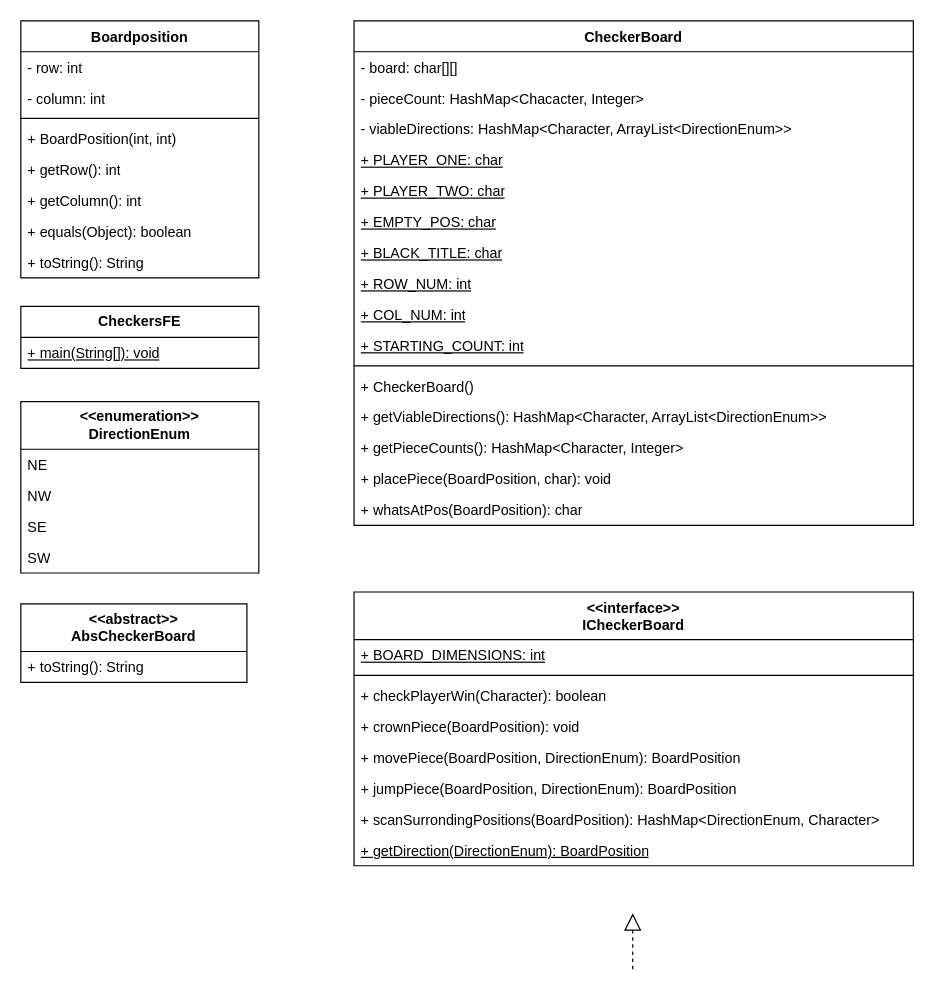
This is CheckersUML.drawio from ksurisetty11/checkers-project, a draw.io file, before an edit. Source tidied: cells renumbered, new cells numbered last; positions are measured from the earlier drawing's top-left corner, leaving out a move shared by most shapes. Both pictures are drawn from the tidied source at 119%, with x=0, y=0 at pixel (20, 20).
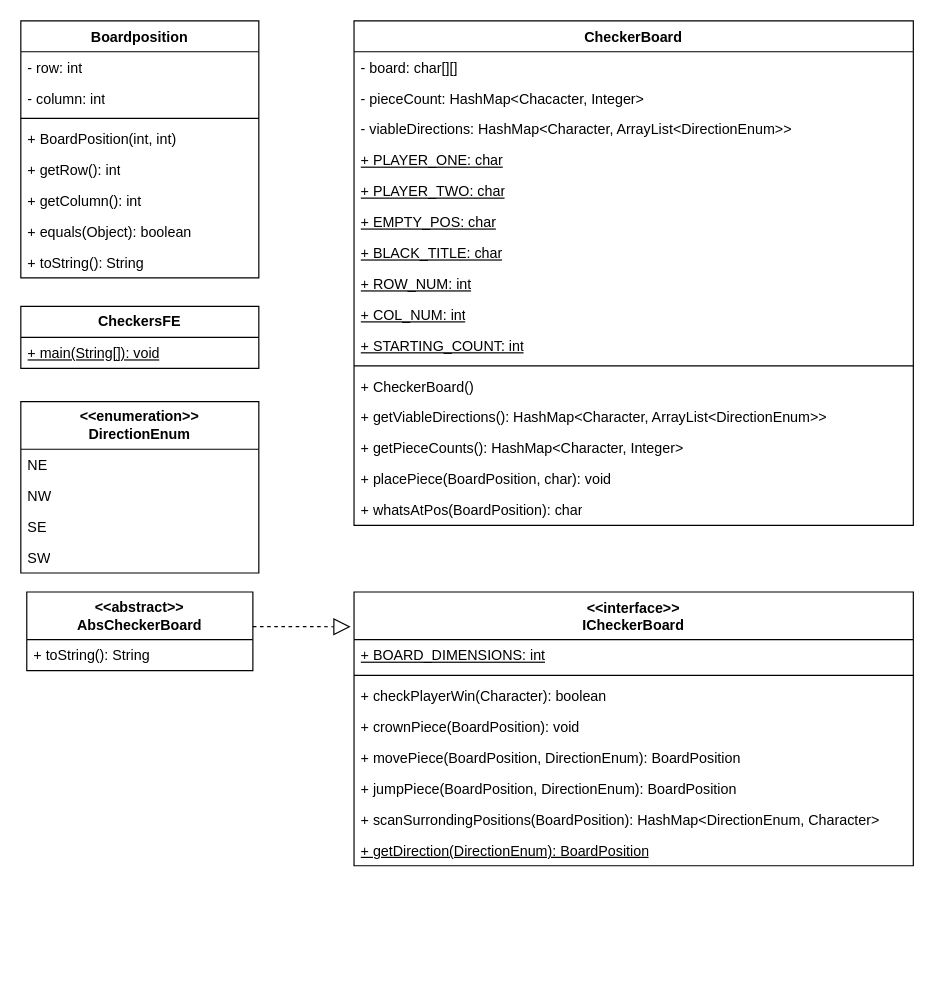
The same diagram, later.

Commit message:
added arrow to UML

Unchanged cells that the change refers to:
```xml
<mxCell id="38" value="&amp;lt;&amp;lt;interface&amp;gt;&amp;gt;&lt;div&gt;ICheckerBoard&lt;/div&gt;" style="swimlane;fontStyle=1;align=center;verticalAlign=top;horizontal=1;startSize=40;whiteSpace=wrap;html=1;" parent="1" vertex="1">
  <mxGeometry x="280" y="480" width="470" height="230" as="geometry" />
</mxCell>
```

Diff of the diagram source:
```diff
@@
     <mxCell id="35" value="&lt;div&gt;&lt;b&gt;&amp;lt;&amp;lt;abstract&amp;gt;&amp;gt;&lt;/b&gt;&lt;/div&gt;&lt;b&gt;AbsCheckerBoard&lt;/b&gt;" style="swimlane;fontStyle=0;horizontal=1;startSize=40;fillColor=none;whiteSpace=wrap;html=1;" parent="1" vertex="1">
-      <mxGeometry y="490" width="190" height="66" as="geometry" />
+      <mxGeometry x="5" y="480" width="190" height="66" as="geometry" />
     </mxCell>
@@
-    <mxCell id="37" style="endArrow=block;dashed=1;endFill=0;endSize=12;html=1;rounded=0;" parent="1" edge="1">
-      <mxGeometry relative="1" as="geometry">
-        <mxPoint x="514.2" y="797" as="sourcePoint" />
-        <mxPoint x="514.2" y="750" as="targetPoint" />
-      </mxGeometry>
-    </mxCell>
@@
+    <mxCell id="47" style="endArrow=block;dashed=1;endFill=0;endSize=12;html=1;rounded=0;entryX=-0.006;entryY=0.127;entryDx=0;entryDy=0;entryPerimeter=0;" parent="1" edge="1" target="38">
+      <mxGeometry relative="1" as="geometry">
+        <mxPoint x="195" y="509" as="sourcePoint" />
+      </mxGeometry>
+    </mxCell>
```
